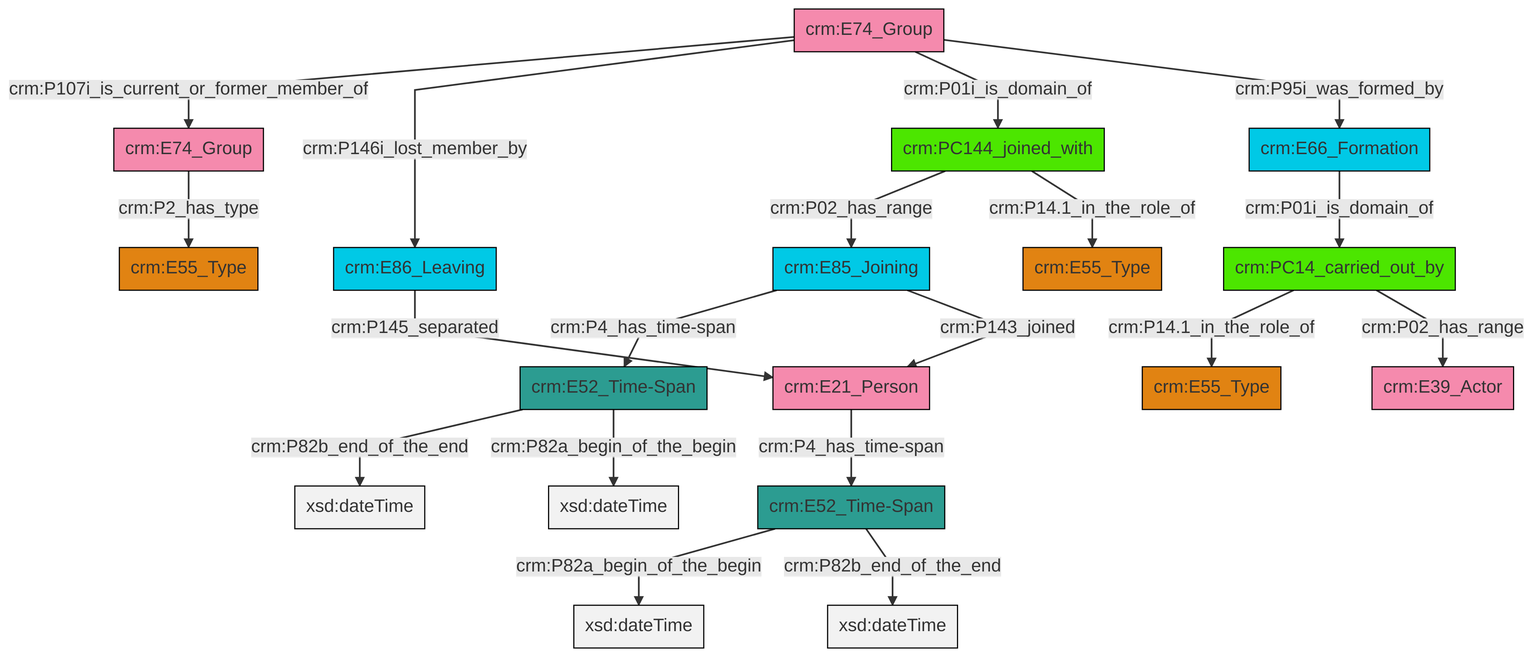
Before: et/groupCSV/ttl/mmd/png/group_actor_relations.png, a diagram exported from Mermaid (swiss-art-research-net/reference-data-models). Its source is kept beside it as et/groupCSV/ttl/mmd/group_actor_relations.ttl.mmd.
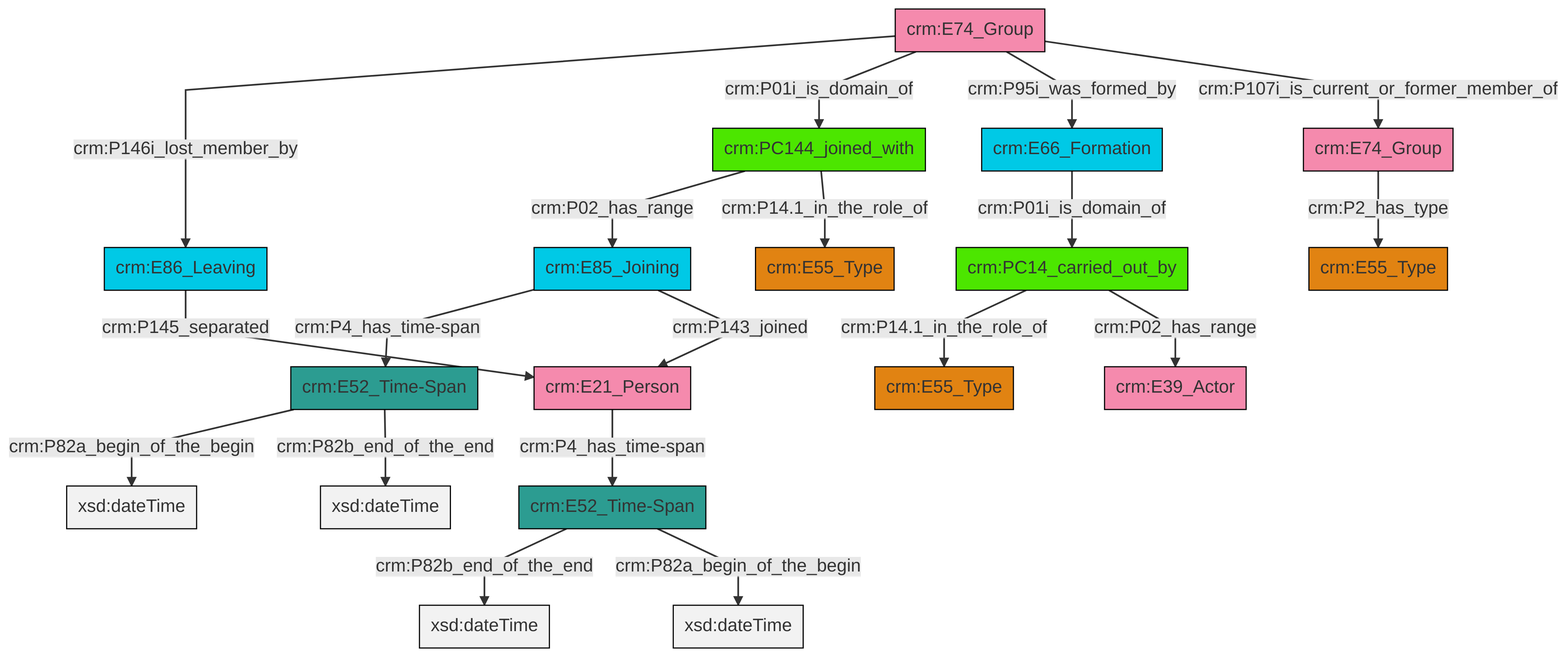
The same file after the commit.

Diff of the diagram source:
```diff
@@ -13,21 +13,21 @@
 classDef PC_Classes fill:#4ce600, stroke:#000000;
 classDef Multi fill:#cccccc,stroke:#000000;
 
-0["crm:E52_Time-Span"]:::Time-Span -->|crm:P82a_begin_of_the_begin| 1[xsd:dateTime]:::Literal
-2["crm:E52_Time-Span"]:::Time-Span -->|crm:P82b_end_of_the_end| 3[xsd:dateTime]:::Literal
-2["crm:E52_Time-Span"]:::Time-Span -->|crm:P82a_begin_of_the_begin| 4[xsd:dateTime]:::Literal
-5["crm:PC144_joined_with"]:::PC_Classes -->|crm:P02_has_range| 6["crm:E85_Joining"]:::Temporal_Entity
-11["crm:PC14_carried_out_by"]:::PC_Classes -->|crm:P14.1_in_the_role_of| 9["crm:E55_Type"]:::Type
-12["crm:E74_Group"]:::Actor -->|crm:P107i_is_current_or_former_member_of| 13["crm:E74_Group"]:::Actor
-15["crm:E66_Formation"]:::Temporal_Entity -->|crm:P01i_is_domain_of| 11["crm:PC14_carried_out_by"]:::PC_Classes
-11["crm:PC14_carried_out_by"]:::PC_Classes -->|crm:P02_has_range| 19["crm:E39_Actor"]:::Actor
-12["crm:E74_Group"]:::Actor -->|crm:P146i_lost_member_by| 20["crm:E86_Leaving"]:::Temporal_Entity
-6["crm:E85_Joining"]:::Temporal_Entity -->|crm:P4_has_time-span| 2["crm:E52_Time-Span"]:::Time-Span
-16["crm:E21_Person"]:::Actor -->|crm:P4_has_time-span| 0["crm:E52_Time-Span"]:::Time-Span
-20["crm:E86_Leaving"]:::Temporal_Entity -->|crm:P145_separated| 16["crm:E21_Person"]:::Actor
-13["crm:E74_Group"]:::Actor -->|crm:P2_has_type| 7["crm:E55_Type"]:::Type
-6["crm:E85_Joining"]:::Temporal_Entity -->|crm:P143_joined| 16["crm:E21_Person"]:::Actor
-5["crm:PC144_joined_with"]:::PC_Classes -->|crm:P14.1_in_the_role_of| 25["crm:E55_Type"]:::Type
-12["crm:E74_Group"]:::Actor -->|crm:P01i_is_domain_of| 5["crm:PC144_joined_with"]:::PC_Classes
-12["crm:E74_Group"]:::Actor -->|crm:P95i_was_formed_by| 15["crm:E66_Formation"]:::Temporal_Entity
-0["crm:E52_Time-Span"]:::Time-Span -->|crm:P82b_end_of_the_end| 34[xsd:dateTime]:::Literal
+2["crm:E52_Time-Span"]:::Time-Span -->|crm:P82a_begin_of_the_begin| 3[xsd:dateTime]:::Literal
+6["crm:E74_Group"]:::Actor -->|crm:P146i_lost_member_by| 7["crm:E86_Leaving"]:::Temporal_Entity
+8["crm:E52_Time-Span"]:::Time-Span -->|crm:P82b_end_of_the_end| 9[xsd:dateTime]:::Literal
+10["crm:PC144_joined_with"]:::PC_Classes -->|crm:P02_has_range| 11["crm:E85_Joining"]:::Temporal_Entity
+10["crm:PC144_joined_with"]:::PC_Classes -->|crm:P14.1_in_the_role_of| 12["crm:E55_Type"]:::Type
+4["crm:E21_Person"]:::Actor -->|crm:P4_has_time-span| 8["crm:E52_Time-Span"]:::Time-Span
+25["crm:PC14_carried_out_by"]:::PC_Classes -->|crm:P14.1_in_the_role_of| 15["crm:E55_Type"]:::Type
+11["crm:E85_Joining"]:::Temporal_Entity -->|crm:P4_has_time-span| 2["crm:E52_Time-Span"]:::Time-Span
+8["crm:E52_Time-Span"]:::Time-Span -->|crm:P82a_begin_of_the_begin| 26[xsd:dateTime]:::Literal
+11["crm:E85_Joining"]:::Temporal_Entity -->|crm:P143_joined| 4["crm:E21_Person"]:::Actor
+0["crm:E74_Group"]:::Actor -->|crm:P2_has_type| 19["crm:E55_Type"]:::Type
+2["crm:E52_Time-Span"]:::Time-Span -->|crm:P82b_end_of_the_end| 29[xsd:dateTime]:::Literal
+25["crm:PC14_carried_out_by"]:::PC_Classes -->|crm:P02_has_range| 17["crm:E39_Actor"]:::Actor
+6["crm:E74_Group"]:::Actor -->|crm:P01i_is_domain_of| 10["crm:PC144_joined_with"]:::PC_Classes
+27["crm:E66_Formation"]:::Temporal_Entity -->|crm:P01i_is_domain_of| 25["crm:PC14_carried_out_by"]:::PC_Classes
+6["crm:E74_Group"]:::Actor -->|crm:P95i_was_formed_by| 27["crm:E66_Formation"]:::Temporal_Entity
+6["crm:E74_Group"]:::Actor -->|crm:P107i_is_current_or_former_member_of| 0["crm:E74_Group"]:::Actor
+7["crm:E86_Leaving"]:::Temporal_Entity -->|crm:P145_separated| 4["crm:E21_Person"]:::Actor
```
